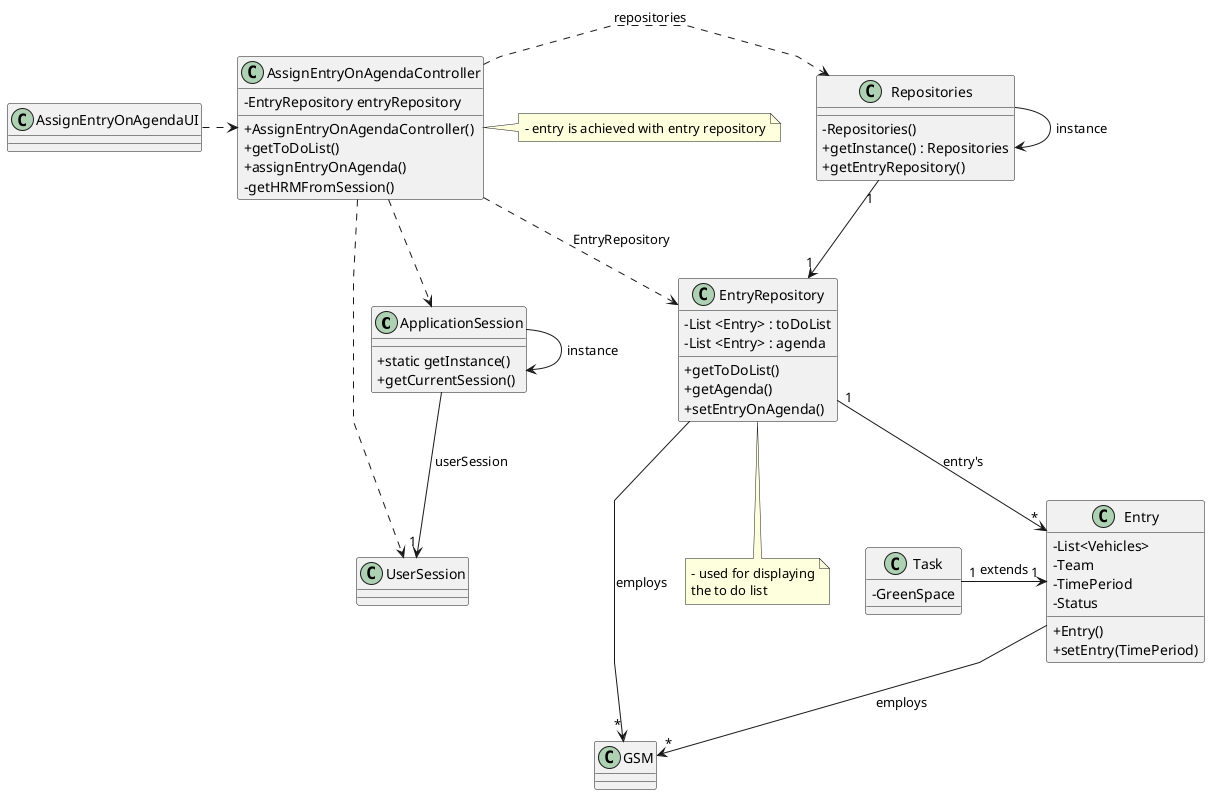
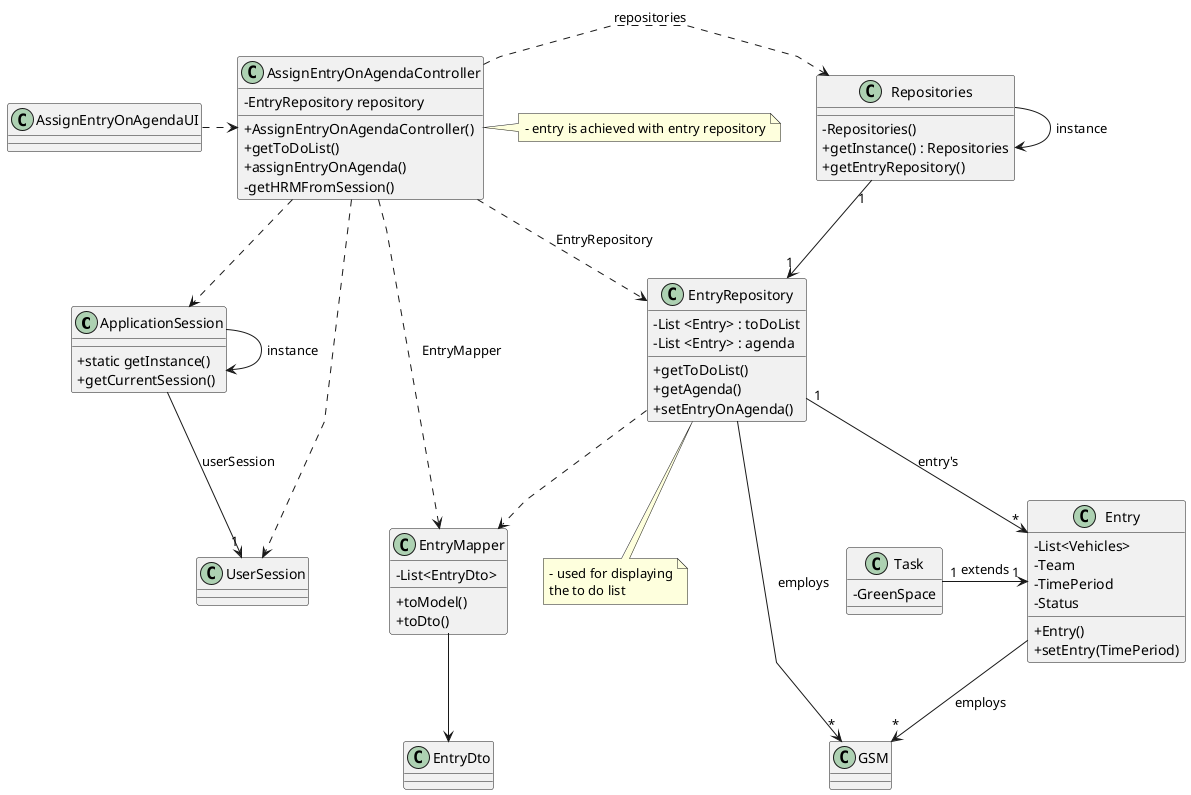
@startuml
'skinparam monochrome true
skinparam packageStyle rectangle
skinparam shadowing false
skinparam linetype polyline
'skinparam linetype orto

skinparam classAttributeIconSize 0

'left to right direction

class ApplicationSession{
    + static getInstance()
    + getCurrentSession()
}

class UserSession{
}

class GSM {
}


class Entry {
    - List<Vehicles>
    - Team
    - TimePeriod
    - Status
    + Entry()
    + setEntry(TimePeriod)
}

class Task{
    - GreenSpace
}


class EntryRepository {
    - List <Entry> : toDoList
    - List <Entry> : agenda

    + getToDoList()
    + getAgenda()
    + setEntryOnAgenda()
}


class Repositories {
    - Repositories()
    + getInstance() : Repositories
    + getEntryRepository()
}

class AssignEntryOnAgendaController {
-     - EntryRepository entryRepository
+     - EntryRepository repository
    + AssignEntryOnAgendaController()
    + getToDoList()
    + assignEntryOnAgenda()
    - getHRMFromSession()
}

note right of AssignEntryOnAgendaController
    - entry is achieved with entry repository
end note

note bottom of EntryRepository
    - used for displaying
    the to do list
end note

class AssignEntryOnAgendaUI {
}

+ class EntryMapper{
+     - List<EntryDto>
+     + toModel()
+     + toDto()
+ }
+ 
+ class EntryDto{
+ }
+ 
+ 
Repositories -> Repositories : instance
ApplicationSession -> ApplicationSession : instance

AssignEntryOnAgendaUI .> AssignEntryOnAgendaController

AssignEntryOnAgendaController .> Repositories : repositories
Repositories "1" --> "1" EntryRepository

+ EntryRepository  ..>  EntryMapper
+ 
+ EntryMapper --> EntryDto
+ 
+ 
AssignEntryOnAgendaController ..> EntryRepository : EntryRepository
+ AssignEntryOnAgendaController ..> EntryMapper : EntryMapper

ApplicationSession --> "1" UserSession : userSession
AssignEntryOnAgendaController ..> ApplicationSession
AssignEntryOnAgendaController ..> UserSession
EntryRepository "1" --> "*" Entry : entry's
EntryRepository --> "*" GSM : employs
Entry --> "*" GSM : employs
Task "1" -> "1" Entry : extends


@enduml